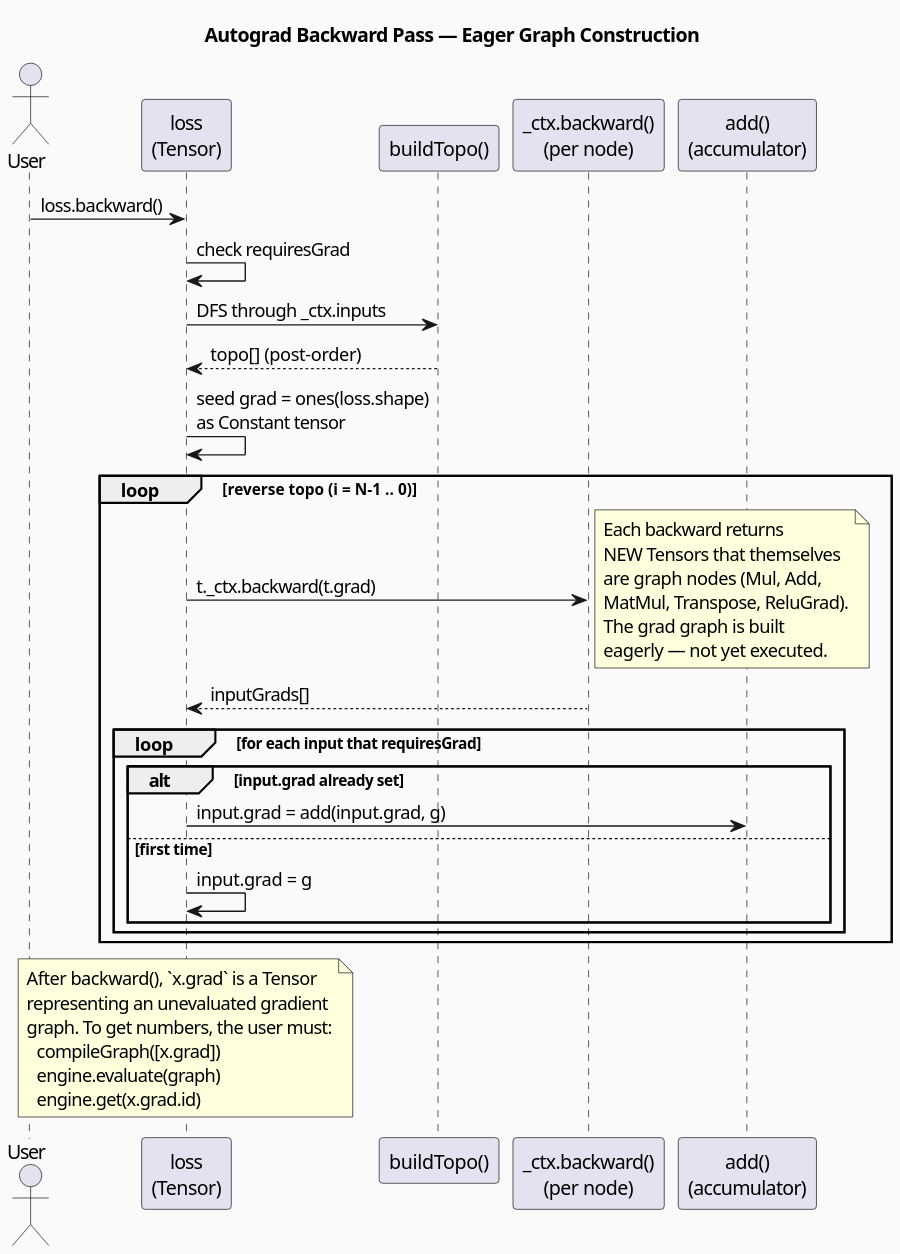
Earlier version of the PlantUML export docs/public/diagrams/autograd-backward.svg (hongjiaherng/webtensor). Its diagram source:
```plantuml
@startuml
title Autograd Backward Pass — Eager Graph Construction

skinparam backgroundColor #FAFAFA
skinparam shadowing false
skinparam DefaultFontName "Segoe UI"

actor User
participant "loss\n(Tensor)" as Loss
participant "buildTopo()" as Topo
participant "_ctx.backward()\n(per node)" as Bwd
participant "add()\n(accumulator)" as Acc

User -> Loss : loss.backward()

Loss -> Loss : check requiresGrad
Loss -> Topo : DFS through _ctx.inputs
Topo --> Loss : topo[] (post-order)

Loss -> Loss : seed grad = ones(loss.shape)\nas Constant tensor

loop reverse topo (i = N-1 .. 0)
  Loss -> Bwd : t._ctx.backward(t.grad)
  note right
    Each backward returns
    NEW Tensors that themselves
    are graph nodes (Mul, Add,
    MatMul, Transpose, ReluGrad).
    The grad graph is built
    eagerly — not yet executed.
  end note
  Bwd --> Loss : inputGrads[]
  loop for each input that requiresGrad
    alt input.grad already set
      Loss -> Acc : input.grad = add(input.grad, g)
    else first time
      Loss -> Loss : input.grad = g
    end
  end
end

note over Loss
  After backward(), `x.grad` is a Tensor
  representing an unevaluated gradient
  graph. To get numbers, the user must:
    compileGraph([x.grad])
    engine.evaluate(graph)
    engine.get(x.grad.id)
end note
@enduml
```
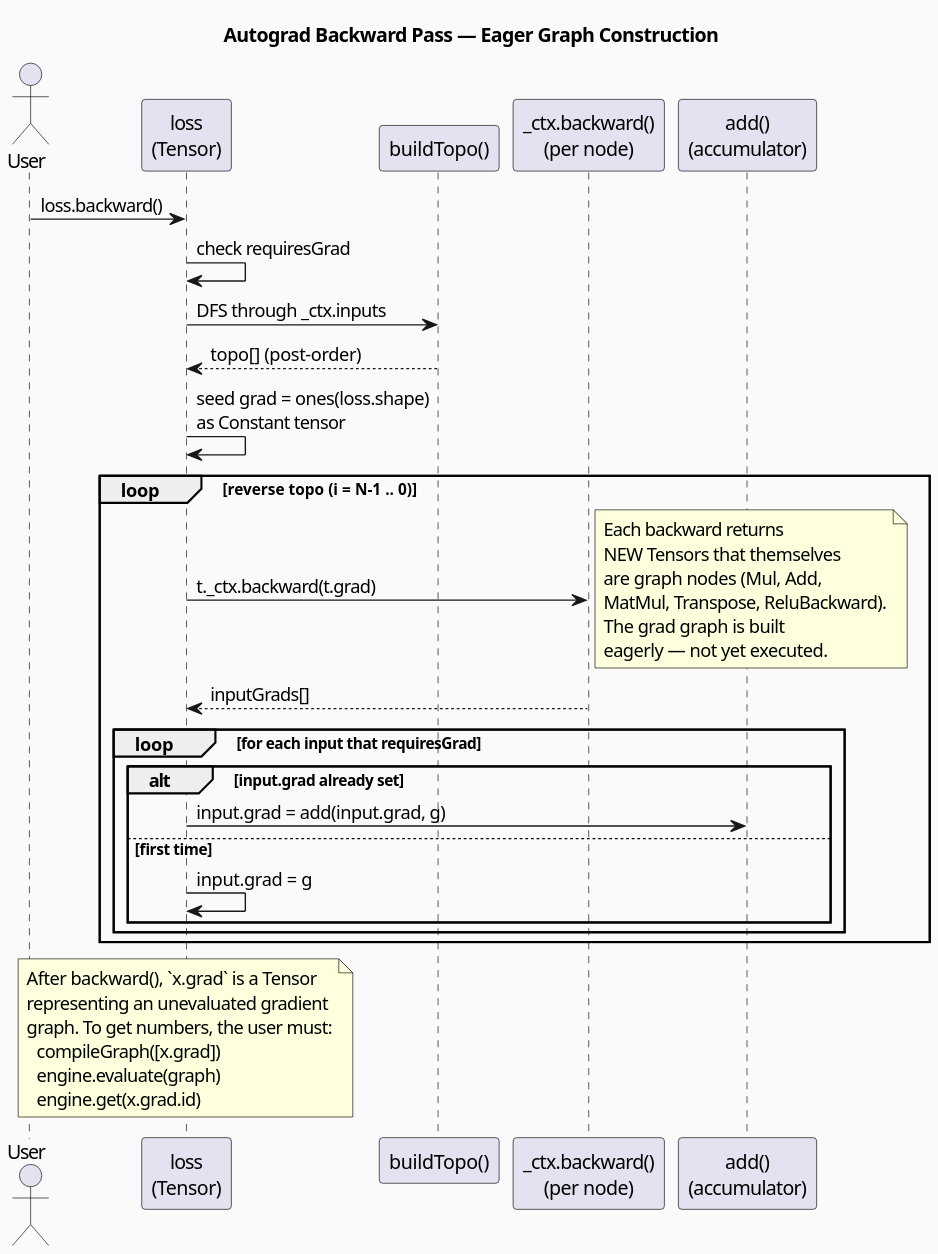
The same file after the commit.

What changed in the source:
```diff
@@ -25,7 +25,7 @@
     Each backward returns
     NEW Tensors that themselves
     are graph nodes (Mul, Add,
-    MatMul, Transpose, ReluGrad).
+    MatMul, Transpose, ReluBackward).
     The grad graph is built
     eagerly — not yet executed.
   end note
```
